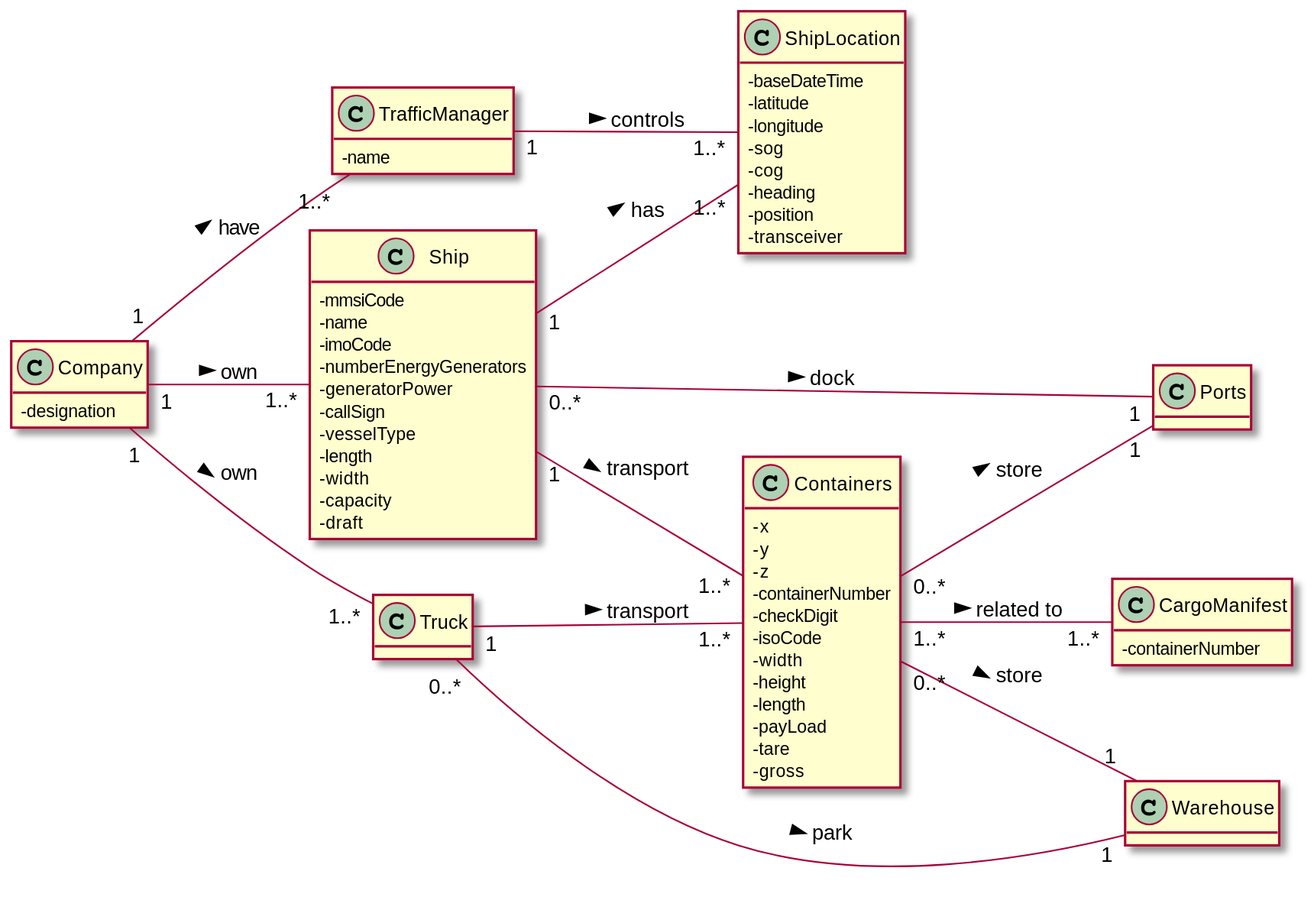
Earlier version of the PlantUML export docs/DM.svg (0franciscor/lapr3-2021-g042).
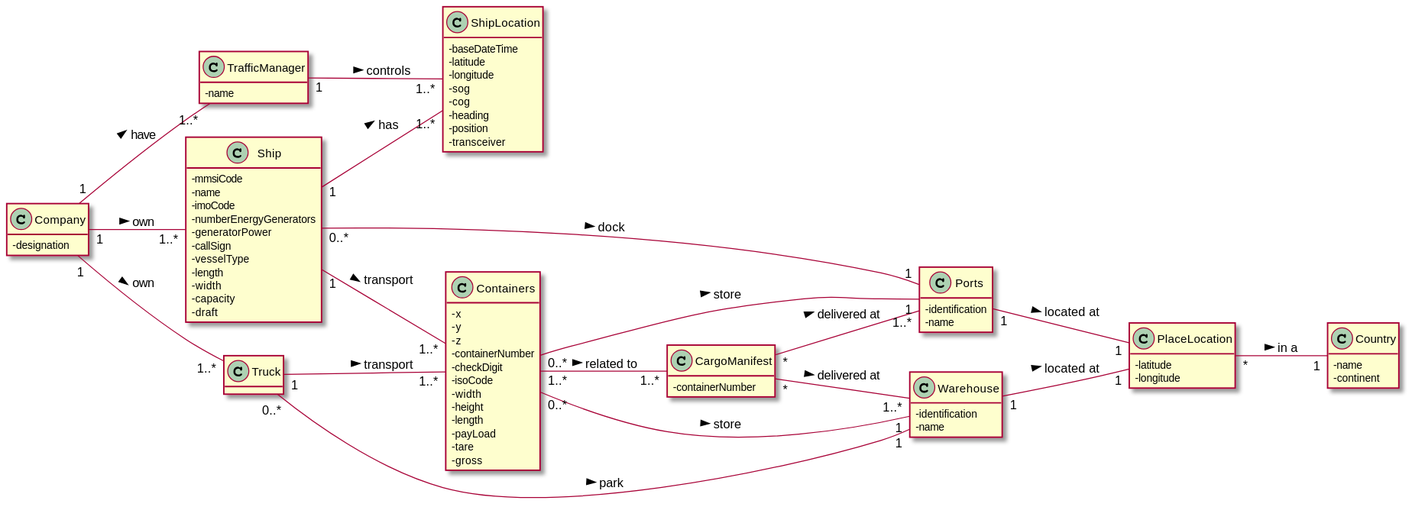
After the commit.

The edit, as a diff of the source:
```diff
@@ -46,7 +46,8 @@
 }
 
 class Ports {
-
+-identification
+-name
 }
 
 class Truck {
@@ -54,7 +55,18 @@
 }
 
 class Warehouse {
+-identification
+-name
+}
 
+class Country {
+-name
+-continent
+}
+
+class PlaceLocation {
+-latitude
+-longitude
 }
 
 class ShipLocation {
@@ -68,6 +80,9 @@
 -transceiver
 }
 
+CargoManifest "*" -- "1..*" Ports : delivered at >
+CargoManifest "*" -- "1..*" Warehouse : delivered at >
+
 Company "1"--"1..*" Ship: own >
 Company "1"--"1..*" TrafficManager: have >
 Company "1"--"1..*" Truck: own >
@@ -76,13 +91,20 @@
 Containers "0..*"--"1" Ports: store >
 Containers "0..*"--"1" Warehouse: store >
 
+PlaceLocation "*" -- "1" Country : in a >
+
+Ports "1" -- "1" PlaceLocation : located at >
+
 Ship "1"--"1..*" Containers : transport >
 Ship "0..*"--"1" Ports: dock >
 Ship "1" -- "1..*" ShipLocation : has >
 
 TrafficManager "1" -- "1..*" ShipLocation : controls >
+
 Truck "1"--"1..*" Containers : transport >
 Truck "0..*"--"1" Warehouse: park >
+
+Warehouse "1" -- "1" PlaceLocation : located at >
 
 
 
```
